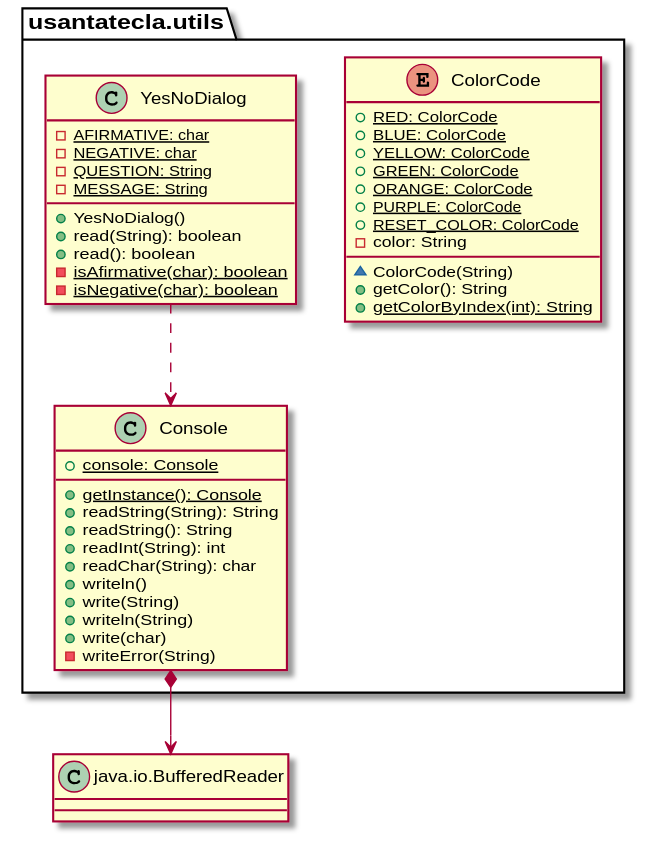
SantaTecla-mastermind/solution.java.swing.socket.sql keeps this PlantUML diagram as domainModel/docs/diagrams/out/paquetes/usantatecla.utils.svg. Above is the earlier version.
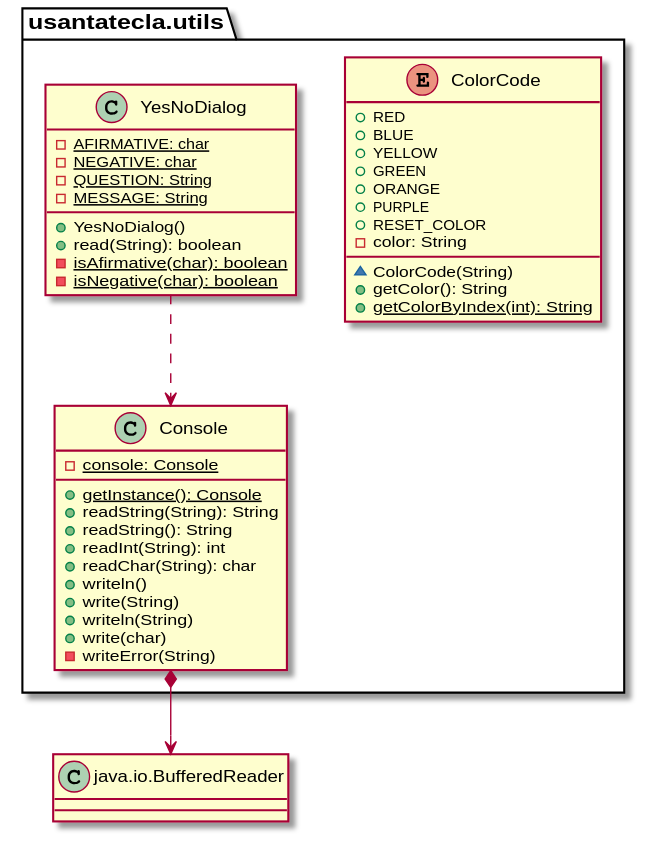
After the change.

Commit message:
Fix diagrams utils package

The edit, as a diff of the source:
```diff
@@ -1,20 +1,22 @@
 @startuml
-enum  usantatecla.utils.ColorCode{
-+ {static} RED: ColorCode
-+ {static} BLUE: ColorCode
-+ {static} YELLOW: ColorCode
-+ {static} GREEN: ColorCode
-+ {static} ORANGE: ColorCode
-+ {static} PURPLE: ColorCode
-+ {static} RESET_COLOR: ColorCode
+class BufferedReader as "java.io.BufferedReader"{}
+
+enum usantatecla.utils.ColorCode{
++ RED
++ BLUE
++ YELLOW
++ GREEN
++ ORANGE
++ PURPLE
++ RESET_COLOR
 - color: String
 ~ ColorCode(String)
 + getColor(): String
 + {static} getColorByIndex(int): String
 }
 
-class  usantatecla.utils.Console{
-+ {static} console: Console
+class usantatecla.utils.Console{
+- {static} console: Console
 + {static} getInstance(): Console
 + readString(String): String
 + readString(): String
@@ -26,12 +28,7 @@
 + write(char)
 - writeError(String)
 }
-
-class BufferedReader as "java.io.BufferedReader"
-
 usantatecla.utils.Console *-down-> BufferedReader
-
-
 
 class  usantatecla.utils.YesNoDialog{
 - {static} AFIRMATIVE: char
@@ -40,9 +37,8 @@
 - {static} MESSAGE: String
 + YesNoDialog()
 + read(String): boolean
-+ read(): boolean
 - {static} isAfirmative(char): boolean
 - {static} isNegative(char): boolean
 }
-usantatecla.utils.YesNoDialog .down.> usantatecla.utils.Console
+usantatecla.utils.YesNoDialog ..> usantatecla.utils.Console
 @enduml
```
